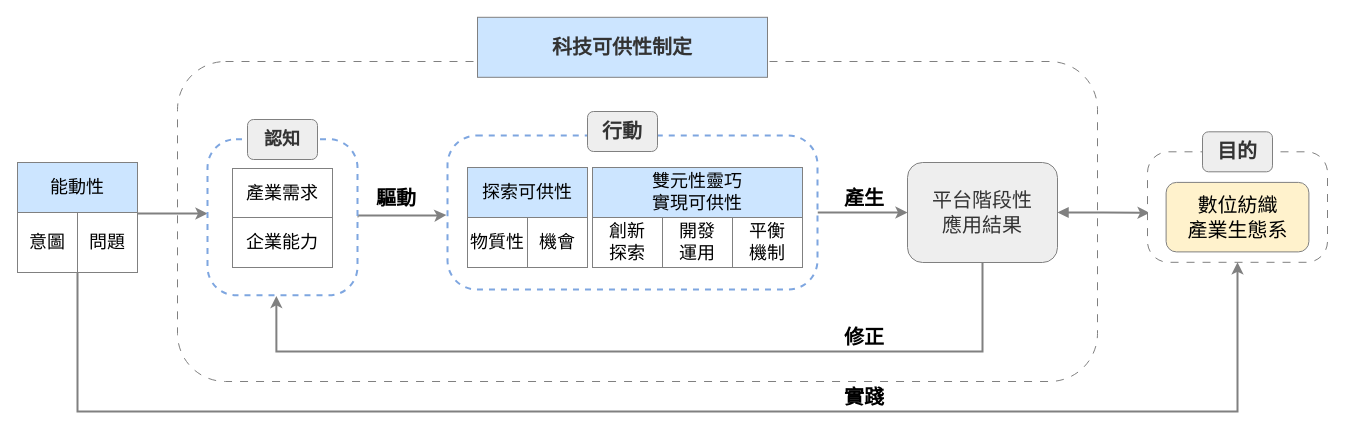
Earlier version of the draw.io diagram 論文ver1/圖片/frontier enactment theroy_v8.drawio (carina419/NTUST). Source tidied: cells renumbered, new cells numbered last; positions are measured from the earlier drawing's top-left corner, leaving out a move shared by most shapes. Both pictures are drawn from the tidied source at 100%, with x=0, y=0 at pixel (17, 17).
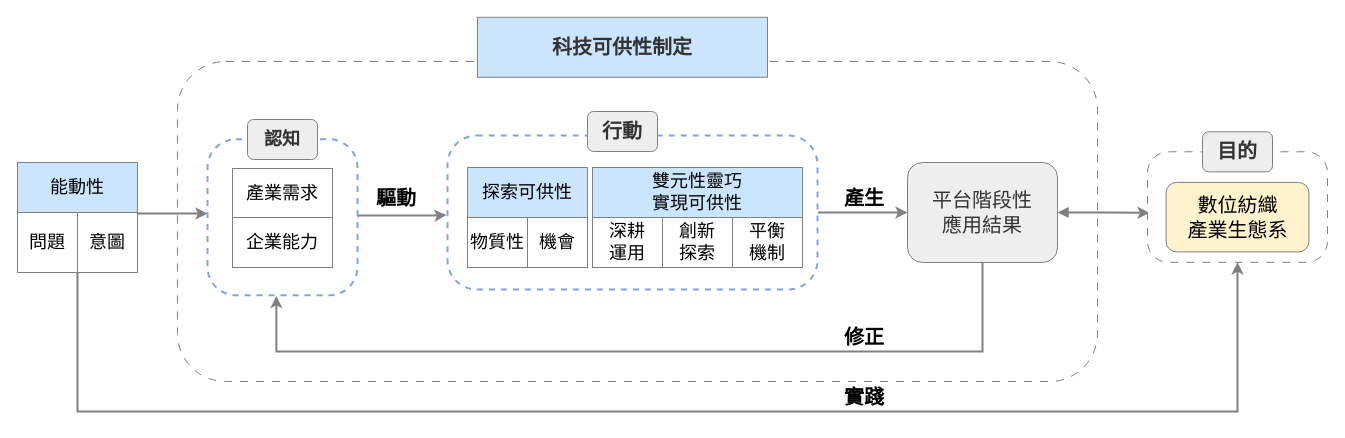
The same diagram, later.

Unchanged cells that the change refers to:
```xml
<mxCell id="18" style="group;" parent="1" vertex="1">
  <mxGeometry y="145" width="120" height="110" as="geometry" />
</mxCell>
<mxCell id="36" style="group;" parent="1" vertex="1">
  <mxGeometry x="575" y="150" width="210" height="100" as="geometry" />
</mxCell>
```

Diff of the diagram source:
```diff
@@
-    <mxCell id="19" value="&lt;span style=&quot;background-color: transparent; color: light-dark(rgb(0, 0, 0), rgb(255, 255, 255));&quot;&gt;意圖&lt;/span&gt;" style="rounded=0;whiteSpace=wrap;html=1;fontFamily=標楷體;fontSize=18;fontStyle=0;strokeColor=#808080;" parent="18" vertex="1">
+    <mxCell id="19" value="問題" style="rounded=0;whiteSpace=wrap;html=1;fontFamily=標楷體;fontSize=18;fontStyle=0;strokeColor=#808080;" parent="18" vertex="1">
       <mxGeometry y="50" width="60" height="60" as="geometry" />
     </mxCell>
-    <mxCell id="20" value="問題" style="rounded=0;whiteSpace=wrap;html=1;fontFamily=標楷體;fontSize=18;fontStyle=0;strokeColor=#808080;align=center;verticalAlign=middle;fontColor=default;fillColor=default;" parent="18" vertex="1">
+    <mxCell id="20" value="意圖" style="rounded=0;whiteSpace=wrap;html=1;fontFamily=標楷體;fontSize=18;fontStyle=0;strokeColor=#808080;align=center;verticalAlign=middle;fontColor=default;fillColor=default;" parent="18" vertex="1">
       <mxGeometry x="60" y="50" width="60" height="60" as="geometry" />
     </mxCell>
@@
-    <mxCell id="37" value="創新&lt;div&gt;探索&lt;/div&gt;" style="rounded=0;whiteSpace=wrap;html=1;fontFamily=標楷體;fontSize=18;fontStyle=0;strokeColor=#808080;align=center;verticalAlign=middle;fontColor=default;fillColor=default;" parent="36" vertex="1">
+    <mxCell id="37" value="深耕&lt;br&gt;&lt;div&gt;&lt;span style=&quot;background-color: transparent; color: light-dark(rgb(0, 0, 0), rgb(255, 255, 255));&quot;&gt;運用&lt;/span&gt;&lt;/div&gt;" style="rounded=0;whiteSpace=wrap;html=1;fontFamily=標楷體;fontSize=18;fontStyle=0;strokeColor=#808080;align=center;verticalAlign=middle;fontColor=default;fillColor=default;" parent="36" vertex="1">
       <mxGeometry y="50" width="70" height="50" as="geometry" />
     </mxCell>
-    <mxCell id="38" value="&lt;span style=&quot;background-color: transparent; color: light-dark(rgb(0, 0, 0), rgb(255, 255, 255));&quot;&gt;開發&lt;/span&gt;&lt;div&gt;&lt;span style=&quot;background-color: transparent; color: light-dark(rgb(0, 0, 0), rgb(255, 255, 255));&quot;&gt;運用&lt;/span&gt;&lt;/div&gt;" style="rounded=0;whiteSpace=wrap;html=1;fontFamily=標楷體;fontSize=18;fontStyle=0;strokeColor=#808080;align=center;verticalAlign=middle;fontColor=default;fillColor=default;" parent="36" vertex="1">
+    <mxCell id="38" value="&lt;div&gt;&lt;span style=&quot;background-color: transparent; color: light-dark(rgb(0, 0, 0), rgb(255, 255, 255));&quot;&gt;創新&lt;/span&gt;&lt;/div&gt;&lt;div&gt;探索&lt;/div&gt;" style="rounded=0;whiteSpace=wrap;html=1;fontFamily=標楷體;fontSize=18;fontStyle=0;strokeColor=#808080;align=center;verticalAlign=middle;fontColor=default;fillColor=default;" parent="36" vertex="1">
       <mxGeometry x="70" y="50" width="70" height="50" as="geometry" />
     </mxCell>
```
